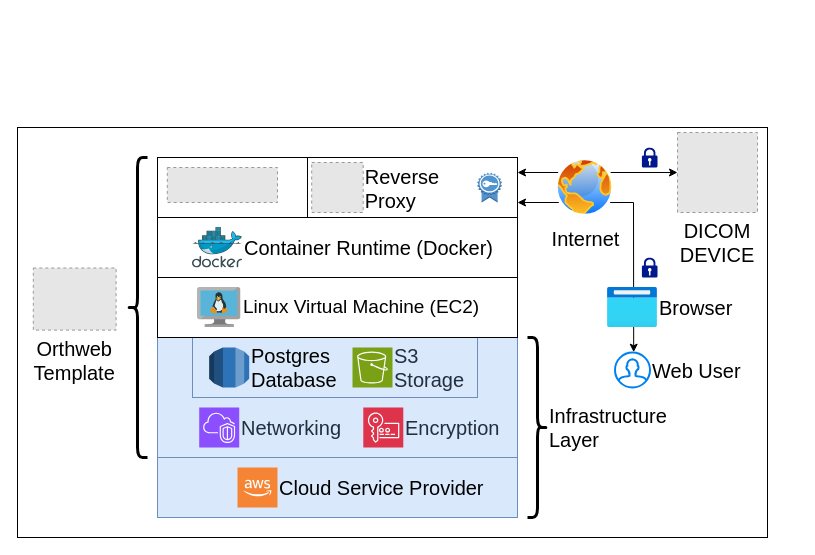
Before: page "Overview" (1 of 3) of docs/assets/diagrams/Orthweb.drawio in digihunch/orthweb, a draw.io diagram. Source tidied: cells renumbered, new cells numbered last; positions are measured from the earlier drawing's top-left corner, leaving out a move shared by most shapes. Both pictures are drawn from the tidied source at 100%, with x=0, y=0 at pixel (17, 127). Pictures stored in the file or linked from it are replaced by grey dashed boxes.
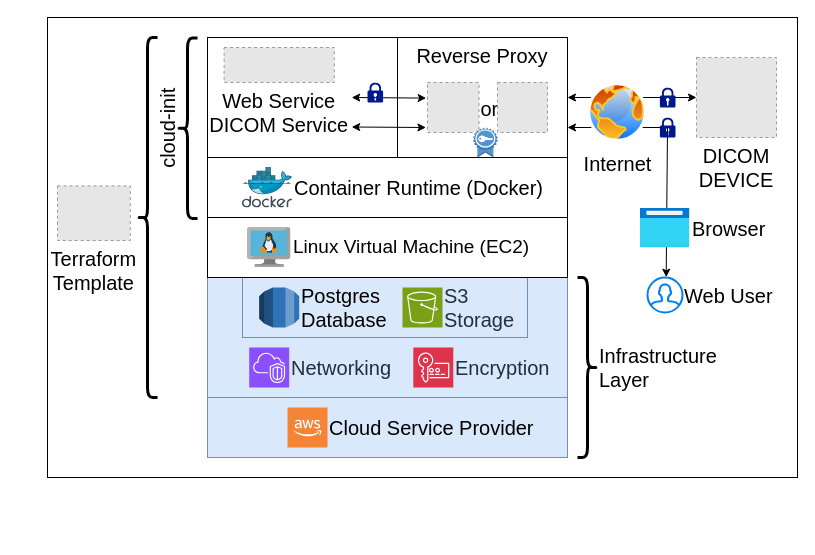
The same diagram, later.

Diff of the diagram source:
```diff
@@
     <mxCell id="2" style="rounded=0;whiteSpace=wrap;html=1;" parent="1" vertex="1">
-      <mxGeometry width="750" height="410" as="geometry" />
+      <mxGeometry x="30" y="-110" width="750" height="460" as="geometry" />
     </mxCell>
     <mxCell id="3" style="rounded=0;whiteSpace=wrap;html=1;fillColor=#dae8fc;strokeColor=#6c8ebf;" parent="1" vertex="1">
-      <mxGeometry x="140" y="210" width="360" height="120" as="geometry" />
+      <mxGeometry x="190" y="150" width="360" height="120" as="geometry" />
     </mxCell>
     <mxCell id="4" style="rounded=0;whiteSpace=wrap;html=1;fillColor=#dae8fc;strokeColor=#6c8ebf;" parent="1" vertex="1">
-      <mxGeometry x="175" y="210" width="285" height="60" as="geometry" />
+      <mxGeometry x="225" y="150" width="285" height="60" as="geometry" />
     </mxCell>
     <mxCell id="5" style="rounded=0;whiteSpace=wrap;html=1;" parent="1" vertex="1">
-      <mxGeometry x="140" y="150" width="360" height="60" as="geometry" />
+      <mxGeometry x="190" y="90" width="360" height="60" as="geometry" />
     </mxCell>
     <mxCell id="6" value="Linux Virtual Machine (EC2)" style="image;sketch=0;html=1;align=left;fontSize=19;image=img/lib/mscae/VM_Linux.svg;labelPosition=right;verticalLabelPosition=middle;verticalAlign=middle;" parent="1" vertex="1">
-      <mxGeometry x="180" y="160" width="43.5" height="40" as="geometry" />
+      <mxGeometry x="230" y="100" width="43.5" height="40" as="geometry" />
     </mxCell>
     <mxCell id="7" value="Encryption" style="sketch=0;fontColor=#232F3E;fillColor=#DD344C;strokeColor=#ffffff;dashed=0;verticalLabelPosition=middle;verticalAlign=middle;align=left;html=1;fontSize=20;fontStyle=0;shape=mxgraph.aws4.resourceIcon;resIcon=mxgraph.aws4.key_management_service;labelPosition=right;" parent="1" vertex="1">
-      <mxGeometry x="345.8" y="280" width="40" height="40" as="geometry" />
+      <mxGeometry x="395.8" y="220" width="40" height="40" as="geometry" />
     </mxCell>
     <mxCell id="8" value="S3&lt;div&gt;Storage&lt;/div&gt;" style="sketch=0;fontColor=#232F3E;fillColor=#7AA116;strokeColor=#ffffff;dashed=0;verticalLabelPosition=middle;verticalAlign=middle;align=left;html=1;fontSize=20;fontStyle=0;shape=mxgraph.aws4.resourceIcon;resIcon=mxgraph.aws4.s3;labelPosition=right;" parent="1" vertex="1">
-      <mxGeometry x="335" y="220" width="40" height="40" as="geometry" />
+      <mxGeometry x="385" y="160" width="40" height="40" as="geometry" />
     </mxCell>
     <mxCell id="9" value="Postgres&lt;div&gt;Database&lt;/div&gt;" style="dashed=0;verticalLabelPosition=middle;verticalAlign=middle;align=left;html=1;shape=mxgraph.aws3.rds;fillColor=#2E73B8;gradientColor=none;fontSize=20;labelPosition=right;" parent="1" vertex="1">
-      <mxGeometry x="191.7" y="220" width="40" height="40" as="geometry" />
+      <mxGeometry x="241.7" y="160" width="40" height="40" as="geometry" />
     </mxCell>
     <mxCell id="10" style="rounded=0;whiteSpace=wrap;html=1;" parent="1" vertex="1">
-      <mxGeometry x="140" y="90" width="360" height="60" as="geometry" />
+      <mxGeometry x="190" y="30" width="360" height="60" as="geometry" />
     </mxCell>
     <mxCell id="11" value="Container Runtime (Docker)" style="image;sketch=0;html=1;align=left;fontSize=20;image=img/lib/mscae/Docker.svg;labelPosition=right;verticalLabelPosition=middle;verticalAlign=middle;" parent="1" vertex="1">
-      <mxGeometry x="175" y="99.5" width="50" height="41" as="geometry" />
+      <mxGeometry x="225" y="39.5" width="50" height="41" as="geometry" />
     </mxCell>
     <mxCell id="12" value="Networking" style="sketch=0;fontColor=#232F3E;fillColor=#8C4FFF;strokeColor=#ffffff;dashed=0;verticalLabelPosition=middle;verticalAlign=middle;align=left;html=1;fontSize=20;fontStyle=0;shape=mxgraph.aws4.resourceIcon;resIcon=mxgraph.aws4.vpc;labelPosition=right;" parent="1" vertex="1">
-      <mxGeometry x="181.7" y="280" width="40" height="40" as="geometry" />
+      <mxGeometry x="231.7" y="220" width="40" height="40" as="geometry" />
     </mxCell>
     <mxCell id="13" style="rounded=0;whiteSpace=wrap;html=1;fillColor=#dae8fc;strokeColor=#6c8ebf;" parent="1" vertex="1">
-      <mxGeometry x="140" y="330" width="360" height="60" as="geometry" />
+      <mxGeometry x="190" y="270" width="360" height="60" as="geometry" />
     </mxCell>
     <mxCell id="14" value="Cloud Service Provider" style="dashed=0;verticalLabelPosition=middle;verticalAlign=middle;align=left;html=1;shape=mxgraph.aws3.cloud_2;fillColor=#F58534;gradientColor=none;labelPosition=right;fontSize=20;" parent="1" vertex="1">
-      <mxGeometry x="220" y="340" width="40" height="40" as="geometry" />
+      <mxGeometry x="270" y="280" width="40" height="40" as="geometry" />
     </mxCell>
     <mxCell id="15" style="shape=curlyBracket;whiteSpace=wrap;html=1;rounded=1;flipH=1;labelPosition=right;verticalLabelPosition=middle;align=left;verticalAlign=middle;strokeWidth=3;rotation=-180;" parent="1" vertex="1">
-      <mxGeometry x="110" y="30" width="20" height="300" as="geometry" />
+      <mxGeometry x="120" y="-90" width="20" height="360" as="geometry" />
     </mxCell>
     <mxCell id="16" style="rounded=0;whiteSpace=wrap;html=1;" parent="1" vertex="1">
-      <mxGeometry x="140" y="30" width="150" height="60" as="geometry" />
+      <mxGeometry x="190" y="-90" width="190" height="120" as="geometry" />
     </mxCell>
-    <mxCell id="17" style="rounded=0;whiteSpace=wrap;html=1;" parent="1" vertex="1">
-      <mxGeometry x="290" y="30" width="210" height="60" as="geometry" />
+    <mxCell id="17" value="Reverse Proxy" style="rounded=0;whiteSpace=wrap;html=1;fontSize=20;verticalAlign=top;" parent="1" vertex="1">
+      <mxGeometry x="380" y="-90" width="170" height="120" as="geometry" />
     </mxCell>
-    <mxCell id="18" style="fillColor=#E6E6E6;strokeColor=#999999;dashed=1;verticalLabelPosition=bottom;labelBackgroundColor=default;verticalAlign=top;" parent="1" vertex="1">
-      <mxGeometry x="149.8" y="40" width="110.2" height="35" as="geometry" />
+    <mxCell id="18" value="Web Service&#10;DICOM Service" style="fillColor=#E6E6E6;strokeColor=#999999;dashed=1;verticalLabelPosition=bottom;labelBackgroundColor=default;verticalAlign=top;fontSize=20;" parent="1" vertex="1">
+      <mxGeometry x="206.6" y="-80" width="110.2" height="35" as="geometry" />
     </mxCell>
-    <mxCell id="19" value="Reverse&#10;Proxy" style="fillColor=#E6E6E6;strokeColor=#999999;dashed=1;verticalLabelPosition=middle;labelBackgroundColor=default;verticalAlign=middle;fontSize=20;labelPosition=right;align=left;" parent="1" vertex="1">
-      <mxGeometry x="294.2" y="35" width="51.5" height="50" as="geometry" />
+    <mxCell id="19" value="or" style="fillColor=#E6E6E6;strokeColor=#999999;dashed=1;verticalLabelPosition=middle;labelBackgroundColor=default;verticalAlign=middle;fontSize=20;labelPosition=right;align=left;" parent="1" vertex="1">
+      <mxGeometry x="410" y="-45" width="51.5" height="50" as="geometry" />
     </mxCell>
-    <mxCell id="20" value="Orthweb&#10;Template" style="fillColor=#E6E6E6;strokeColor=#999999;dashed=1;verticalLabelPosition=bottom;labelBackgroundColor=default;verticalAlign=top;fontSize=20;labelPosition=center;align=center;" parent="1" vertex="1">
-      <mxGeometry x="15.8" y="140.5" width="82.8" height="62.1" as="geometry" />
+    <mxCell id="20" value="Terraform&#10;Template" style="fillColor=#E6E6E6;strokeColor=#999999;dashed=1;verticalLabelPosition=bottom;labelBackgroundColor=default;verticalAlign=top;fontSize=20;labelPosition=center;align=center;" parent="1" vertex="1">
+      <mxGeometry x="40" y="58.4" width="72.8" height="54.6" as="geometry" />
     </mxCell>
     <mxCell id="21" value="Web User" style="html=1;verticalLabelPosition=middle;align=left;labelBackgroundColor=#ffffff;verticalAlign=middle;strokeWidth=2;strokeColor=#0080F0;shadow=0;dashed=0;shape=mxgraph.ios7.icons.user;fontSize=20;labelPosition=right;" parent="1" vertex="1">
-      <mxGeometry x="597.5" y="225" width="35" height="35" as="geometry" />
+      <mxGeometry x="630" y="150" width="35" height="35" as="geometry" />
     </mxCell>
     <mxCell id="22" value="DICOM&#10;DEVICE" style="fillColor=#E6E6E6;strokeColor=#999999;dashed=1;verticalLabelPosition=bottom;labelBackgroundColor=default;verticalAlign=top;fontSize=20;labelPosition=center;align=center;" parent="1" vertex="1">
-      <mxGeometry x="660" y="5" width="80" height="80" as="geometry" />
+      <mxGeometry x="679" y="-70" width="80" height="80" as="geometry" />
     </mxCell>
     <mxCell id="23" style="endArrow=classic;startArrow=classic;html=1;rounded=0;exitX=1;exitY=0.75;exitDx=0;exitDy=0;entryX=0.534;entryY=-0.009;entryDx=0;entryDy=0;entryPerimeter=0;" parent="1" edge="1" source="17" target="21">
       <mxGeometry relative="1" as="geometry">
         <Array as="points">
-          <mxPoint x="616" y="75" />
+          <mxPoint x="650" />
         </Array>
       </mxGeometry>
     </mxCell>
-    <mxCell id="24" style="endArrow=classic;startArrow=classic;html=1;rounded=0;entryX=0;entryY=0.5;entryDx=0;entryDy=0;exitX=1;exitY=0.25;exitDx=0;exitDy=0;" parent="1" edge="1" source="17" target="22">
+    <mxCell id="24" style="endArrow=classic;startArrow=classic;html=1;rounded=0;entryX=0;entryY=0.5;entryDx=0;entryDy=0;exitX=1;exitY=0.5;exitDx=0;exitDy=0;" parent="1" edge="1" source="17" target="22">
       <mxGeometry relative="1" as="geometry" />
     </mxCell>
     <mxCell id="25" value="Browser" style="image;html=1;align=left;fontSize=20;image=img/lib/azure2/general/Browser.svg;labelPosition=right;verticalLabelPosition=middle;verticalAlign=middle;" parent="1" vertex="1">
-      <mxGeometry x="590" y="160" width="50" height="40" as="geometry" />
+      <mxGeometry x="622.5" y="80.5" width="50" height="40" as="geometry" />
     </mxCell>
     <mxCell id="26" value="Internet" style="image;perimeter=ellipsePerimeter;html=1;align=center;shadow=0;dashed=0;spacingTop=3;image=img/lib/active_directory/internet_globe.svg;fontSize=20;" parent="1" vertex="1">
-      <mxGeometry x="537.5" y="30" width="60" height="60" as="geometry" />
+      <mxGeometry x="570" y="-45" width="60" height="60" as="geometry" />
     </mxCell>
     <mxCell id="27" style="sketch=0;shadow=0;dashed=0;html=1;strokeColor=none;labelPosition=center;verticalLabelPosition=bottom;verticalAlign=top;align=center;fillColor=#00188D;shape=mxgraph.mscae.enterprise.lock;" parent="1" vertex="1">
-      <mxGeometry x="624.4" y="130" width="15.6" height="20" as="geometry" />
+      <mxGeometry x="642.4" y="-10" width="15.6" height="20" as="geometry" />
     </mxCell>
     <mxCell id="28" style="sketch=0;shadow=0;dashed=0;html=1;strokeColor=none;labelPosition=center;verticalLabelPosition=bottom;verticalAlign=top;align=center;fillColor=#00188D;shape=mxgraph.mscae.enterprise.lock;" parent="1" vertex="1">
-      <mxGeometry x="624.4" y="20" width="15.6" height="20" as="geometry" />
+      <mxGeometry x="642.4" y="-40" width="15.6" height="20" as="geometry" />
     </mxCell>
     <mxCell id="29" style="dashed=0;verticalLabelPosition=bottom;verticalAlign=top;align=center;html=1;shape=mxgraph.aws3.certificate;fillColor=#5294CF;gradientColor=none;" parent="1" vertex="1">
-      <mxGeometry x="460" y="45" width="24.2" height="30" as="geometry" />
+      <mxGeometry x="455.8" width="24.2" height="30" as="geometry" />
     </mxCell>
     <mxCell id="30" value="Infrastructure&lt;div style=&quot;font-size: 20px;&quot;&gt;Layer&lt;/div&gt;" style="shape=curlyBracket;whiteSpace=wrap;html=1;rounded=1;flipH=1;labelPosition=right;verticalLabelPosition=middle;align=left;verticalAlign=middle;strokeWidth=3;rotation=0;fontSize=20;" parent="1" vertex="1">
-      <mxGeometry x="510" y="210" width="20" height="180" as="geometry" />
+      <mxGeometry x="560" y="150" width="20" height="180" as="geometry" />
     </mxCell>
+    <mxCell id="31" style="fillColor=#E6E6E6;strokeColor=#999999;dashed=1;verticalLabelPosition=bottom;labelBackgroundColor=default;verticalAlign=top;fontStyle=0;labelPosition=right;align=left;fontSize=20;" parent="1" vertex="1">
+      <mxGeometry x="480" y="-45" width="50" height="50" as="geometry" />
+    </mxCell>
+    <mxCell id="32" style="endArrow=classic;startArrow=classic;html=1;rounded=0;entryX=-0.026;entryY=0.312;entryDx=0;entryDy=0;entryPerimeter=0;" parent="1" edge="1" target="19">
+      <mxGeometry relative="1" as="geometry">
+        <mxPoint x="334.2" y="-30" as="sourcePoint" />
+      </mxGeometry>
+    </mxCell>
+    <mxCell id="33" style="endArrow=classic;startArrow=classic;html=1;rounded=0;entryX=-0.031;entryY=0.9;entryDx=0;entryDy=0;entryPerimeter=0;" parent="1" edge="1" target="19">
+      <mxGeometry relative="1" as="geometry">
+        <mxPoint x="334.2" y="-0.5" as="sourcePoint" />
+      </mxGeometry>
+    </mxCell>
+    <mxCell id="34" style="sketch=0;shadow=0;dashed=0;html=1;strokeColor=none;labelPosition=center;verticalLabelPosition=bottom;verticalAlign=top;align=center;fillColor=#00188D;shape=mxgraph.mscae.enterprise.lock;" parent="1" vertex="1">
+      <mxGeometry x="350" y="-45" width="15.6" height="20" as="geometry" />
+    </mxCell>
+    <mxCell id="35" style="shape=curlyBracket;whiteSpace=wrap;html=1;rounded=1;flipH=1;labelPosition=right;verticalLabelPosition=middle;align=left;verticalAlign=middle;strokeWidth=3;rotation=-180;size=0.4999999999999886;" parent="1" vertex="1">
+      <mxGeometry x="160" y="-89.5" width="20" height="180.5" as="geometry" />
+    </mxCell>
+    <mxCell id="36" value="cloud-init" style="text;html=1;align=center;verticalAlign=middle;whiteSpace=wrap;rounded=0;fontSize=20;horizontal=0;" parent="1" vertex="1">
+      <mxGeometry x="120" y="-44.2" width="60" height="90" as="geometry" />
+    </mxCell>
```
